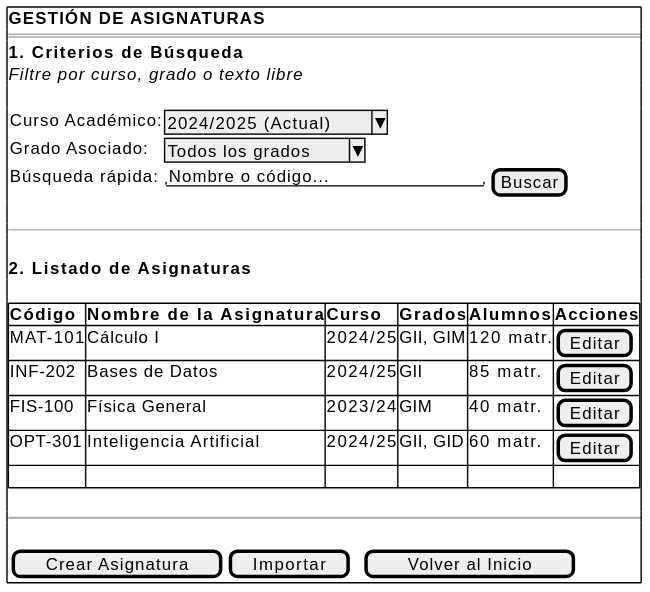
Before: documents/casos-de-uso/prototipadoCasosDeUso/verAsignaturas/verAsignaturas.svg, a diagram exported from PlantUML (martinlopez7/25-26-IdSw1-SdR).
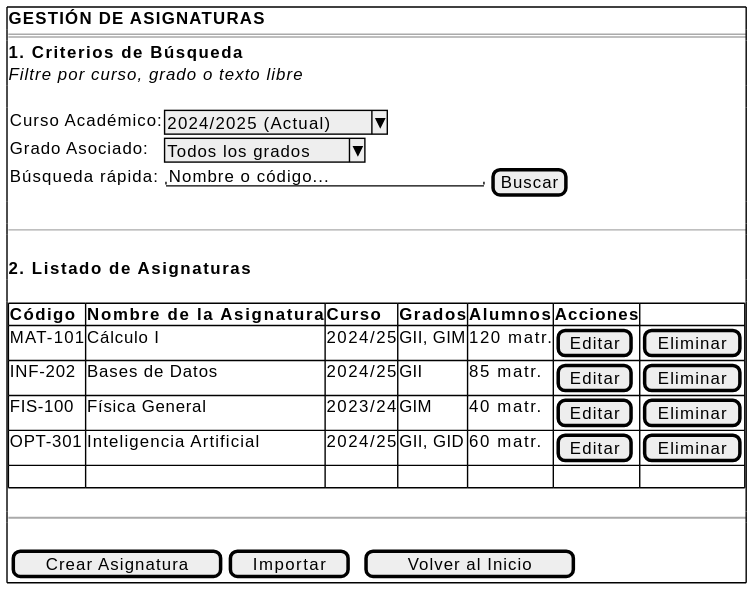
After the change.

The edit, as a diff of the source:
```diff
@@ -17,10 +17,10 @@
     .
     {#
         <b>Código</b> | <b>Nombre de la Asignatura</b> | <b>Curso</b> | <b>Grados</b> | <b>Alumnos</b> | <b>Acciones</b>
-        MAT-101 | Cálculo I | 2024/25 | GII, GIM | 120 matr. | [Editar]
-        INF-202 | Bases de Datos | 2024/25 | GII | 85 matr. | [Editar]
-        FIS-100 | Física General | 2023/24 | GIM | 40 matr. | [Editar]
-        OPT-301 | Inteligencia Artificial | 2024/25 | GII, GID | 60 matr. | [Editar]
+        MAT-101 | Cálculo I | 2024/25 | GII, GIM | 120 matr. | [Editar] | [Eliminar]
+        INF-202 | Bases de Datos | 2024/25 | GII | 85 matr. | [Editar] | [Eliminar]
+        FIS-100 | Física General | 2023/24 | GIM | 40 matr. | [Editar] | [Eliminar]
+        OPT-301 | Inteligencia Artificial | 2024/25 | GII, GID | 60 matr. | [Editar] | [Eliminar]
         . | . | . | . | . | .
     }
     .
```
